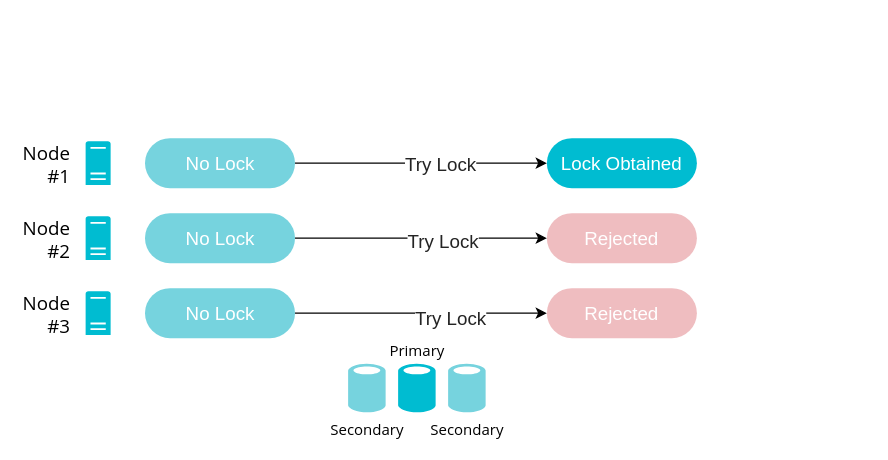
This is doc/HighlyAvailableLock.drawio from fvalka/AviatorsBot, a draw.io file, before an edit. Source tidied: cells renumbered, new cells numbered last; positions are measured from the earlier drawing's top-left corner, leaving out a move shared by most shapes. Both pictures are drawn from the tidied source at 125%, with x=0, y=0 at pixel (85, 138).
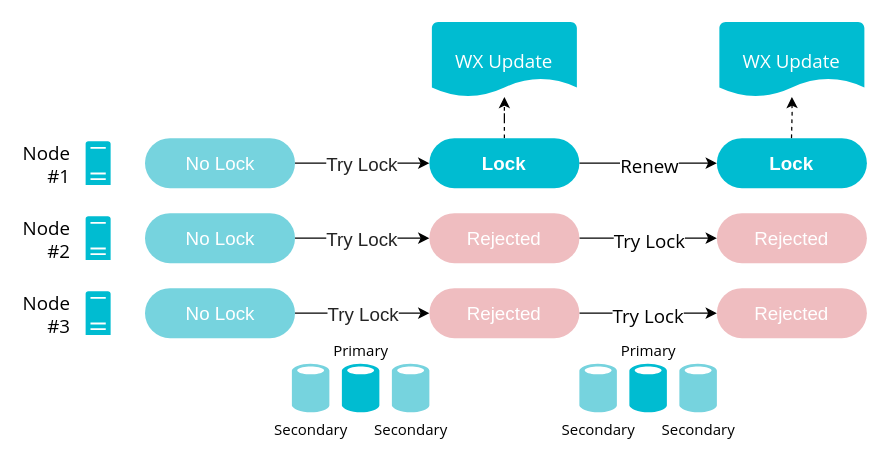
The same page after the edit.

The change refers to these unchanged cells:
```xml
<mxCell id="4" style="edgeStyle=orthogonalEdgeStyle;rounded=0;jettySize=auto;html=1;entryX=0;entryY=0.5;entryDx=0;entryDy=0;fontSize=12;fontColor=#FFFFFF;" parent="1" edge="1" source="6" target="19">
  <mxGeometry relative="1" as="geometry" />
</mxCell>
<mxCell id="10" style="edgeStyle=orthogonalEdgeStyle;rounded=0;jettySize=auto;html=1;fontSize=12;fontColor=#FFFFFF;" parent="1" edge="1" source="12" target="18">
  <mxGeometry relative="1" as="geometry" />
</mxCell>
<mxCell id="14" style="edgeStyle=orthogonalEdgeStyle;rounded=0;jettySize=auto;html=1;fontSize=15;fontColor=#242424;" parent="1" edge="1" source="16" target="17">
  <mxGeometry relative="1" as="geometry" />
</mxCell>
```

The edit, as a diff of the source:
```diff
@@
     <mxCell id="3" value="Primary" style="shadow=0;dashed=0;html=1;strokeColor=none;labelPosition=center;verticalLabelPosition=top;verticalAlign=bottom;align=center;shape=mxgraph.mscae.enterprise.database_generic;fillColor=#00BCD1;fontSize=12;fontFamily=Open Sans;labelBorderColor=none;labelBackgroundColor=#ffffff;" parent="1" vertex="1">
-      <mxGeometry x="250" y="180" width="30" height="40" as="geometry" />
+      <mxGeometry x="205" y="180" width="30" height="40" as="geometry" />
     </mxCell>
@@
-    <mxCell id="5" value="Try Lock" style="text;html=1;align=center;verticalAlign=middle;labelBackgroundColor=#ffffff;fontSize=15;fontColor=#242424;" parent="4" vertex="1">
-      <mxGeometry x="0.23" y="-3" relative="1" as="geometry" />
+    <mxCell id="5" value="Try Lock" style="text;html=1;align=center;verticalAlign=middle;labelBackgroundColor=#ffffff;fontSize=15;fontColor=#242424;direction=south;" parent="4" vertex="1">
+      <mxGeometry x="0.23" y="-3" relative="1" as="geometry">
+        <mxPoint x="-12.4" y="-3" as="offset" />
+      </mxGeometry>
     </mxCell>
@@
     <mxCell id="7" value="Secondary" style="shadow=0;dashed=0;html=1;strokeColor=none;labelPosition=center;verticalLabelPosition=bottom;verticalAlign=top;align=center;shape=mxgraph.mscae.enterprise.database_generic;fillColor=#76D3DE;fontSize=12;fontFamily=Open Sans;" parent="1" vertex="1">
-      <mxGeometry x="290" y="180" width="30" height="40" as="geometry" />
+      <mxGeometry x="245" y="180" width="30" height="40" as="geometry" />
     </mxCell>
     <mxCell id="8" value="Secondary" style="shadow=0;dashed=0;html=1;strokeColor=none;labelPosition=center;verticalLabelPosition=bottom;verticalAlign=top;align=center;shape=mxgraph.mscae.enterprise.database_generic;fillColor=#76D3DE;fontSize=12;fontFamily=Open Sans;" parent="1" vertex="1">
-      <mxGeometry x="210" y="180" width="30" height="40" as="geometry" />
+      <mxGeometry x="165" y="180" width="30" height="40" as="geometry" />
     </mxCell>
@@
     <mxCell id="11" value="Try Lock" style="text;html=1;align=center;verticalAlign=middle;labelBackgroundColor=#ffffff;fontSize=15;fontColor=#242424;" parent="10" vertex="1">
-      <mxGeometry x="0.17" y="-1" relative="1" as="geometry" />
+      <mxGeometry x="0.17" y="-1" relative="1" as="geometry">
+        <mxPoint x="-10.5" y="-1" as="offset" />
+      </mxGeometry>
     </mxCell>
@@
     <mxCell id="15" value="Try Lock" style="text;html=1;align=center;verticalAlign=middle;labelBackgroundColor=#ffffff;fontSize=15;fontColor=#242424;" parent="14" vertex="1">
-      <mxGeometry x="0.15" relative="1" as="geometry" />
+      <mxGeometry x="0.15" relative="1" as="geometry">
+        <mxPoint x="-9.4" as="offset" />
+      </mxGeometry>
     </mxCell>
@@
+    <mxCell id="20" style="edgeStyle=orthogonalEdgeStyle;rounded=0;jettySize=auto;html=1;fontFamily=Open Sans;fontSize=15;fontColor=#FFFFFF;dashed=1;" parent="1" edge="1" source="17" target="27">
+      <mxGeometry relative="1" as="geometry" />
+    </mxCell>
+    <mxCell id="21" style="edgeStyle=orthogonalEdgeStyle;rounded=0;jettySize=auto;html=1;fontFamily=Open Sans;fontSize=15;fontColor=#FFFFFF;verticalAlign=middle;align=center;" parent="1" edge="1" source="17" target="30">
+      <mxGeometry relative="1" as="geometry" />
+    </mxCell>
+    <mxCell id="22" value="Renew" style="text;html=1;align=center;verticalAlign=middle;labelBackgroundColor=#ffffff;fontSize=15;fontFamily=Open Sans;fontColor=#000000;" parent="21" vertex="1">
+      <mxGeometry x="0.16" y="1" relative="1" as="geometry">
+        <mxPoint x="-9" y="1" as="offset" />
+      </mxGeometry>
+    </mxCell>
-    <mxCell id="17" value="Lock Obtained" style="rounded=1;whiteSpace=wrap;html=1;fillColor=#00BCD1;strokeColor=none;fontSize=15;fontColor=#FFFFFF;arcSize=50;" parent="1" vertex="1">
-      <mxGeometry x="369" width="120" height="40" as="geometry" />
+    <mxCell id="17" value="Lock" style="rounded=1;whiteSpace=wrap;html=1;fillColor=#00BCD1;strokeColor=none;fontSize=15;fontColor=#FFFFFF;arcSize=50;fontStyle=1;" parent="1" vertex="1">
+      <mxGeometry x="275" width="120" height="40" as="geometry" />
     </mxCell>
+    <mxCell id="23" style="edgeStyle=orthogonalEdgeStyle;rounded=0;jettySize=auto;html=1;fontFamily=Open Sans;fontSize=15;fontColor=#000000;align=center;" parent="1" edge="1" source="18" target="29">
+      <mxGeometry relative="1" as="geometry" />
+    </mxCell>
+    <mxCell id="24" value="Try Lock" style="text;html=1;align=center;verticalAlign=middle;labelBackgroundColor=#ffffff;fontSize=15;fontFamily=Open Sans;fontColor=#000000;" parent="23" vertex="1">
+      <mxGeometry x="0.11" y="2" relative="1" as="geometry">
+        <mxPoint x="-6" y="2" as="offset" />
+      </mxGeometry>
+    </mxCell>
     <mxCell id="18" value="Rejected" style="rounded=1;whiteSpace=wrap;html=1;fillColor=#EFBDC0;strokeColor=none;fontSize=15;fontColor=#FFFFFF;arcSize=50;" parent="1" vertex="1">
-      <mxGeometry x="369" y="60" width="120" height="40" as="geometry" />
+      <mxGeometry x="275" y="60" width="120" height="40" as="geometry" />
     </mxCell>
+    <mxCell id="25" style="edgeStyle=orthogonalEdgeStyle;rounded=0;jettySize=auto;html=1;entryX=0;entryY=0.5;entryDx=0;entryDy=0;fontFamily=Open Sans;fontSize=15;fontColor=#000000;align=center;" parent="1" edge="1" source="19" target="28">
+      <mxGeometry relative="1" as="geometry" />
+    </mxCell>
+    <mxCell id="26" value="Try Lock" style="text;html=1;align=center;verticalAlign=middle;labelBackgroundColor=#ffffff;fontSize=15;fontFamily=Open Sans;fontColor=#000000;" parent="25" vertex="1">
+      <mxGeometry x="0.37" y="1" relative="1" as="geometry">
+        <mxPoint x="-20.5" y="1" as="offset" />
+      </mxGeometry>
+    </mxCell>
     <mxCell id="19" value="Rejected" style="rounded=1;whiteSpace=wrap;html=1;fillColor=#EFBDC0;strokeColor=none;fontSize=15;fontColor=#FFFFFF;arcSize=50;" parent="1" vertex="1">
-      <mxGeometry x="369" y="120" width="120" height="40" as="geometry" />
+      <mxGeometry x="275" y="120" width="120" height="40" as="geometry" />
     </mxCell>
+    <mxCell id="27" value="&lt;div style=&quot;text-align: center&quot;&gt;&lt;span&gt;WX Update&lt;/span&gt;&lt;/div&gt;" style="strokeWidth=2;html=1;shape=mxgraph.flowchart.document2;whiteSpace=wrap;size=0.25;shadow=0;labelBackgroundColor=none;fillColor=#00BCD1;fontSize=15;fontColor=#FFFFFF;align=center;strokeColor=none;fontFamily=Open Sans;verticalAlign=middle;horizontal=1;spacing=2;" parent="1" vertex="1">
+      <mxGeometry x="277" y="-93" width="116" height="60" as="geometry" />
+    </mxCell>
+    <mxCell id="28" value="Rejected" style="rounded=1;whiteSpace=wrap;html=1;fillColor=#EFBDC0;strokeColor=none;fontSize=15;fontColor=#FFFFFF;arcSize=50;" parent="1" vertex="1">
+      <mxGeometry x="505" y="120" width="120" height="40" as="geometry" />
+    </mxCell>
+    <mxCell id="29" value="Rejected" style="rounded=1;whiteSpace=wrap;html=1;fillColor=#EFBDC0;strokeColor=none;fontSize=15;fontColor=#FFFFFF;arcSize=50;" parent="1" vertex="1">
+      <mxGeometry x="505" y="60" width="120" height="40" as="geometry" />
+    </mxCell>
+    <mxCell id="30" value="Lock" style="rounded=1;whiteSpace=wrap;html=1;fillColor=#00BCD1;strokeColor=none;fontSize=15;fontColor=#FFFFFF;arcSize=50;fontStyle=1;" parent="1" vertex="1">
+      <mxGeometry x="505" width="120" height="40" as="geometry" />
+    </mxCell>
+    <mxCell id="31" value="Primary" style="shadow=0;dashed=0;html=1;strokeColor=none;labelPosition=center;verticalLabelPosition=top;verticalAlign=bottom;align=center;shape=mxgraph.mscae.enterprise.database_generic;fillColor=#00BCD1;fontSize=12;fontFamily=Open Sans;labelBorderColor=none;labelBackgroundColor=#ffffff;" parent="1" vertex="1">
+      <mxGeometry x="435" y="180" width="30" height="40" as="geometry" />
+    </mxCell>
+    <mxCell id="32" value="Secondary" style="shadow=0;dashed=0;html=1;strokeColor=none;labelPosition=center;verticalLabelPosition=bottom;verticalAlign=top;align=center;shape=mxgraph.mscae.enterprise.database_generic;fillColor=#76D3DE;fontSize=12;fontFamily=Open Sans;" parent="1" vertex="1">
+      <mxGeometry x="475" y="180" width="30" height="40" as="geometry" />
+    </mxCell>
+    <mxCell id="33" value="Secondary" style="shadow=0;dashed=0;html=1;strokeColor=none;labelPosition=center;verticalLabelPosition=bottom;verticalAlign=top;align=center;shape=mxgraph.mscae.enterprise.database_generic;fillColor=#76D3DE;fontSize=12;fontFamily=Open Sans;" parent="1" vertex="1">
+      <mxGeometry x="395" y="180" width="30" height="40" as="geometry" />
+    </mxCell>
+    <mxCell id="34" style="edgeStyle=orthogonalEdgeStyle;rounded=0;jettySize=auto;html=1;fontFamily=Open Sans;fontSize=15;fontColor=#FFFFFF;dashed=1;" parent="1" edge="1" target="35">
+      <mxGeometry relative="1" as="geometry">
+        <mxPoint x="564.7" as="sourcePoint" />
+      </mxGeometry>
+    </mxCell>
+    <mxCell id="35" value="&lt;div style=&quot;text-align: center&quot;&gt;&lt;span&gt;WX Update&lt;/span&gt;&lt;/div&gt;" style="strokeWidth=2;html=1;shape=mxgraph.flowchart.document2;whiteSpace=wrap;size=0.25;shadow=0;labelBackgroundColor=none;fillColor=#00BCD1;fontSize=15;fontColor=#FFFFFF;align=center;strokeColor=none;fontFamily=Open Sans;verticalAlign=middle;horizontal=1;spacing=2;" parent="1" vertex="1">
+      <mxGeometry x="507" y="-93" width="116" height="60" as="geometry" />
+    </mxCell>
```
